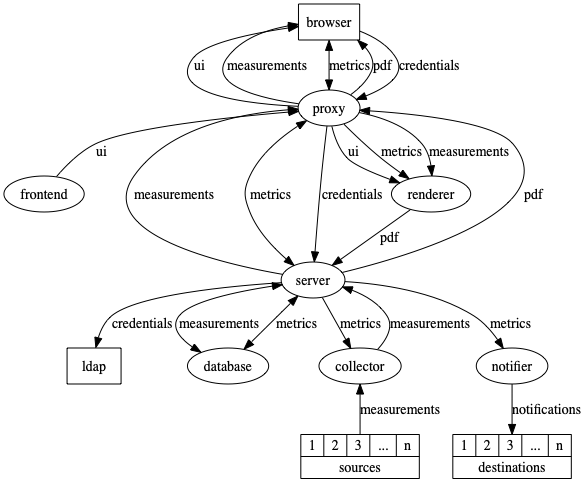
This is docs/components.png from ICTU/quality-time, a Graphviz export, as it was before one commit. Its source is kept beside it as docs/components.dot. The source it was exported from:
```dot
digraph {
  browser [shape=rectangle]
  ldap [shape=rectangle]
  browser -> proxy [label=ui, dir="back"]
  browser -> proxy [label=measurements, dir="back"]
  browser -> proxy [label=metrics, dir="both"]
  browser -> proxy [label=pdf, dir="back"]
  proxy -> frontend [label=ui, dir="back"]
  proxy -> server [label=measurements, dir="back"]
  proxy -> server [label=metrics, dir="both"]
  server -> database [label=measurements, dir="both"]
  server -> database [label=metrics, dir="both"]
  collector -> server [label=measurements]
  server -> collector [label=metrics]
  collector -> source [label=measurements, dir="back"]
  server -> notifier [label=metrics]
  notifier -> destination [label=notifications]
  proxy -> renderer [label=ui]
  proxy -> renderer [label=metrics]
  proxy -> renderer [label=measurements]
  renderer -> server [label=pdf]
  server -> proxy [label=pdf]
  browser -> proxy [label=credentials]
  proxy -> server [label=credentials]
  server -> ldap [label=credentials]
  source [label="{{1|2|3|...|n}|sources}" shape=record]
  destination [label="{{1|2|3|...|n}|destinations}" shape=record]
}
```
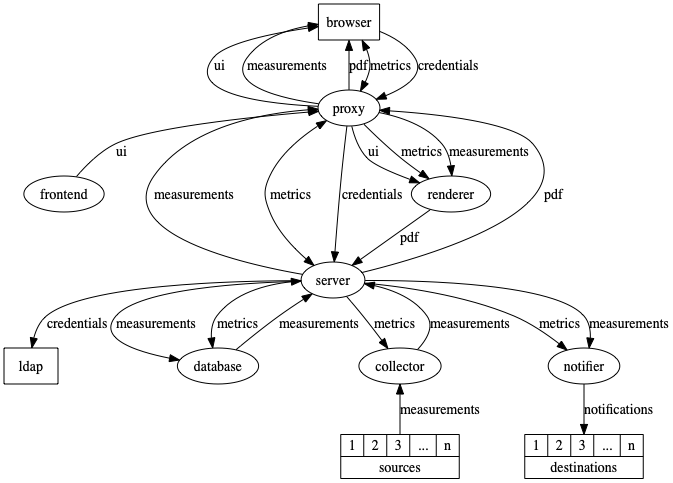
After the commit.

The edit, as a diff of the source:
```diff
@@ -3,17 +3,19 @@
   ldap [shape=rectangle]
   browser -> proxy [label=ui, dir="back"]
   browser -> proxy [label=measurements, dir="back"]
+  browser -> proxy [label=pdf, dir="back"]
   browser -> proxy [label=metrics, dir="both"]
-  browser -> proxy [label=pdf, dir="back"]
   proxy -> frontend [label=ui, dir="back"]
   proxy -> server [label=measurements, dir="back"]
   proxy -> server [label=metrics, dir="both"]
-  server -> database [label=measurements, dir="both"]
+  server -> database [label=measurements]
+  database -> server [label=measurements]
   server -> database [label=metrics, dir="both"]
   collector -> server [label=measurements]
   server -> collector [label=metrics]
   collector -> source [label=measurements, dir="back"]
   server -> notifier [label=metrics]
+  server -> notifier [label=measurements]
   notifier -> destination [label=notifications]
   proxy -> renderer [label=ui]
   proxy -> renderer [label=metrics]
```
